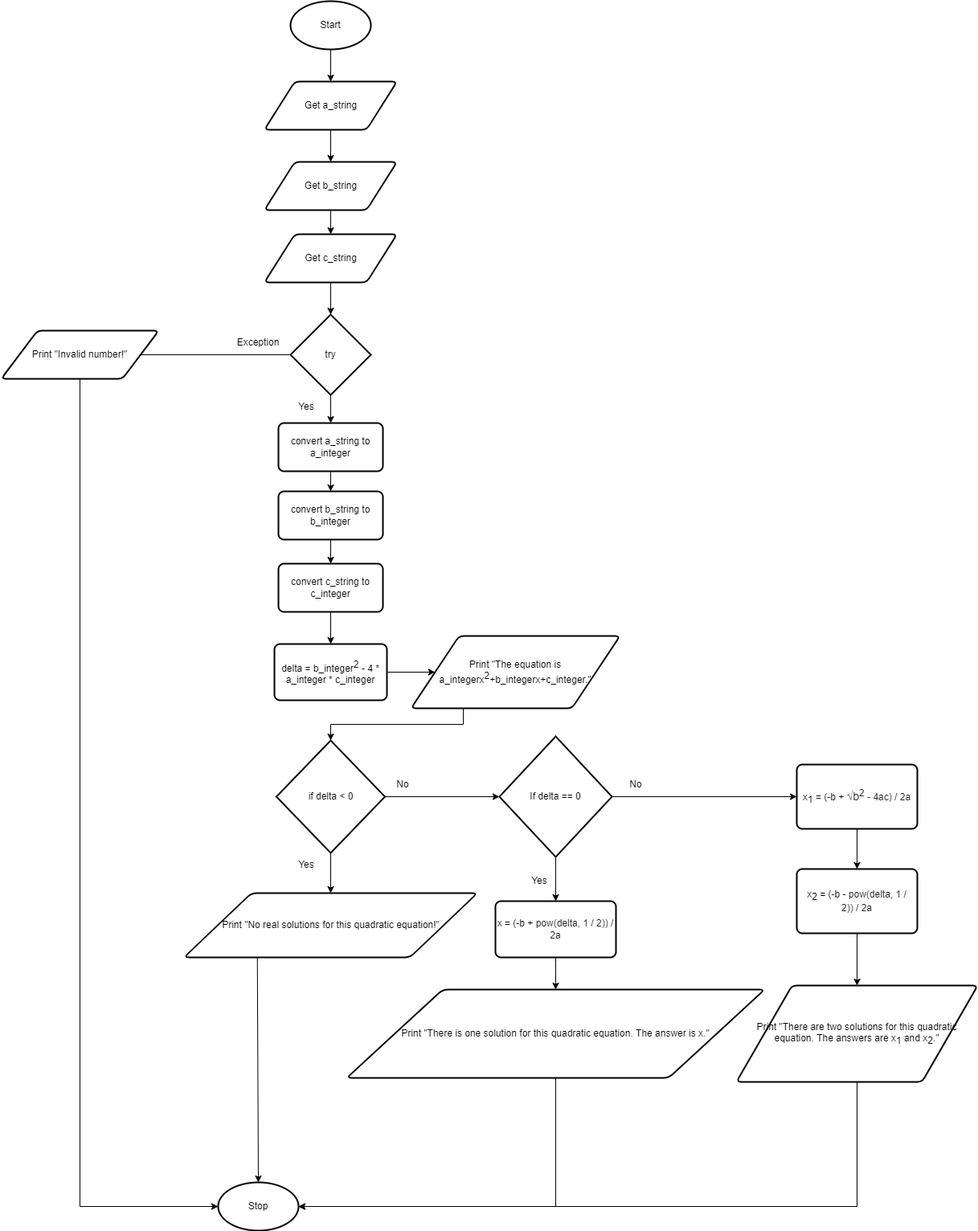
Earlier version of the draw.io export design.quadratic.flowchart.png (Yiyun-Qin/ICS3U-Assignment4-Python). Source tidied: cells renumbered, new cells last; positions are measured from the earlier drawing's top-left corner, leaving out a move shared by most shapes.
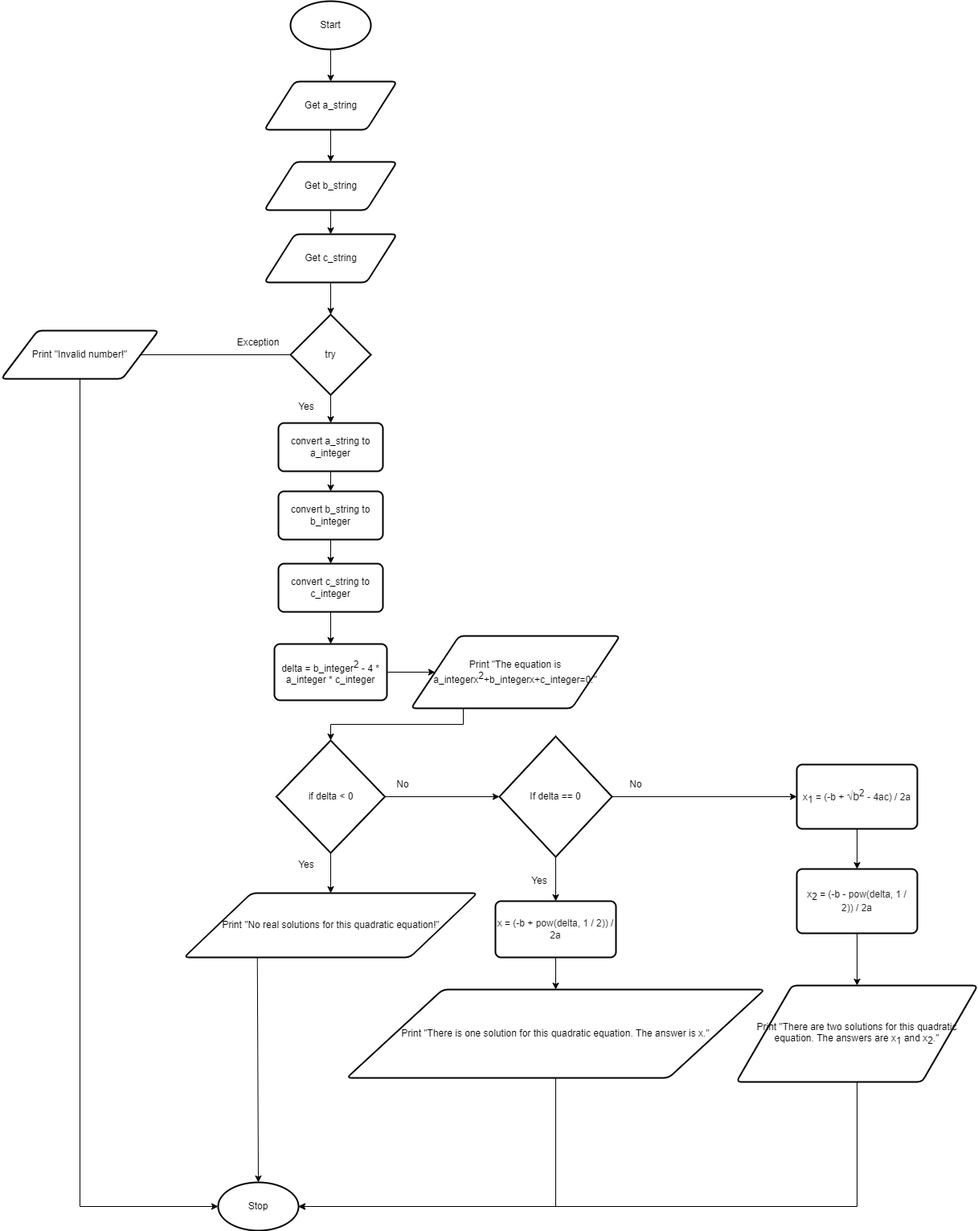
The same file after the commit.

The edit, as a diff of the source:
```diff
@@ -143,7 +143,7 @@
     <mxCell id="48" style="edgeStyle=orthogonalEdgeStyle;rounded=0;html=1;exitX=0.25;exitY=1;exitDx=0;exitDy=0;entryX=0.5;entryY=0;entryDx=0;entryDy=0;entryPerimeter=0;fontFamily=Helvetica;fontSize=12;" parent="1" edge="1" source="49" target="31">
       <mxGeometry relative="1" as="geometry" />
     </mxCell>
-    <mxCell id="49" value="Print &quot;The equation is a_integerx&lt;sup&gt;2&lt;/sup&gt;+b_integerx+c_integer.&quot;" style="shape=parallelogram;html=1;strokeWidth=2;perimeter=parallelogramPerimeter;whiteSpace=wrap;rounded=1;arcSize=12;size=0.23;fontFamily=Helvetica;fontSize=12;" parent="1" vertex="1">
+    <mxCell id="49" value="Print &quot;The equation is a_integerx&lt;sup&gt;2&lt;/sup&gt;+b_integerx+c_integer=0.&quot;" style="shape=parallelogram;html=1;strokeWidth=2;perimeter=parallelogramPerimeter;whiteSpace=wrap;rounded=1;arcSize=12;size=0.23;fontFamily=Helvetica;fontSize=12;" parent="1" vertex="1">
       <mxGeometry x="510" y="790" width="260" height="90" as="geometry" />
     </mxCell>
   </root>
```
